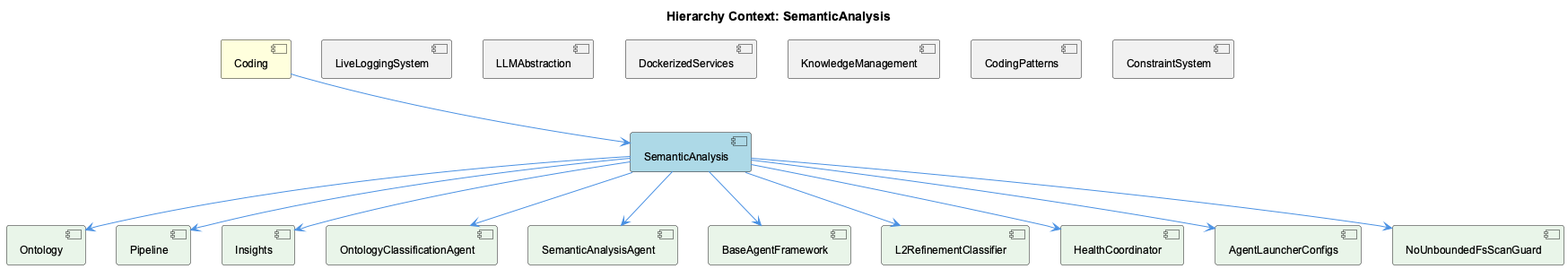
This is knowledge-management/insights/images/semantic-analysis-relationship.png from fwornle/coding, a PlantUML export, as it was before one commit.
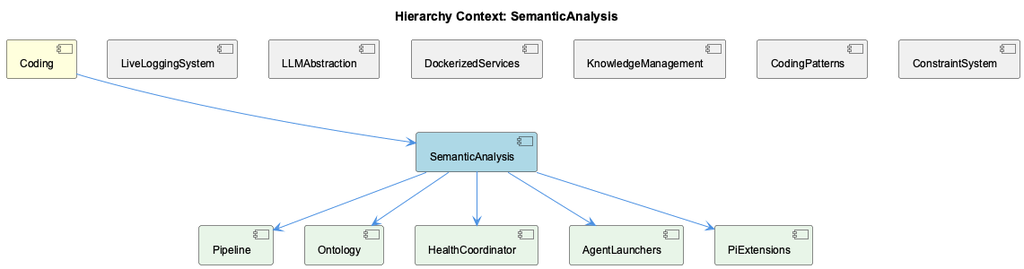
Later version of the same file.

The edit, as a diff of the source:
```diff
@@ -11,16 +11,11 @@
 [KnowledgeManagement] as knowledge_management #F0F0F0
 [CodingPatterns] as coding_patterns #F0F0F0
 [ConstraintSystem] as constraint_system #F0F0F0
+[Pipeline] as pipeline #E8F5E8
 [Ontology] as ontology #E8F5E8
-[Pipeline] as pipeline #E8F5E8
-[Insights] as insights #E8F5E8
-[OntologyClassificationAgent] as ontology_classification_agent #E8F5E8
-[SemanticAnalysisAgent] as semantic_analysis_agent #E8F5E8
-[BaseAgentFramework] as base_agent_framework #E8F5E8
-[L2RefinementClassifier] as l2_refinement_classifier #E8F5E8
 [HealthCoordinator] as health_coordinator #E8F5E8
-[AgentLauncherConfigs] as agent_launcher_configs #E8F5E8
-[NoUnboundedFsScanGuard] as no_unbounded_fs_scan_guard #E8F5E8
+[AgentLaunchers] as agent_launchers #E8F5E8
+[PiExtensions] as pi_extensions #E8F5E8
 
 coding --> semantic_analysis
 live_logging_system -[hidden]- semantic_analysis
@@ -29,15 +24,10 @@
 knowledge_management -[hidden]- semantic_analysis
 coding_patterns -[hidden]- semantic_analysis
 constraint_system -[hidden]- semantic_analysis
+semantic_analysis --> pipeline
 semantic_analysis --> ontology
-semantic_analysis --> pipeline
-semantic_analysis --> insights
-semantic_analysis --> ontology_classification_agent
-semantic_analysis --> semantic_analysis_agent
-semantic_analysis --> base_agent_framework
-semantic_analysis --> l2_refinement_classifier
 semantic_analysis --> health_coordinator
-semantic_analysis --> agent_launcher_configs
-semantic_analysis --> no_unbounded_fs_scan_guard
+semantic_analysis --> agent_launchers
+semantic_analysis --> pi_extensions
 
 @enduml
```
